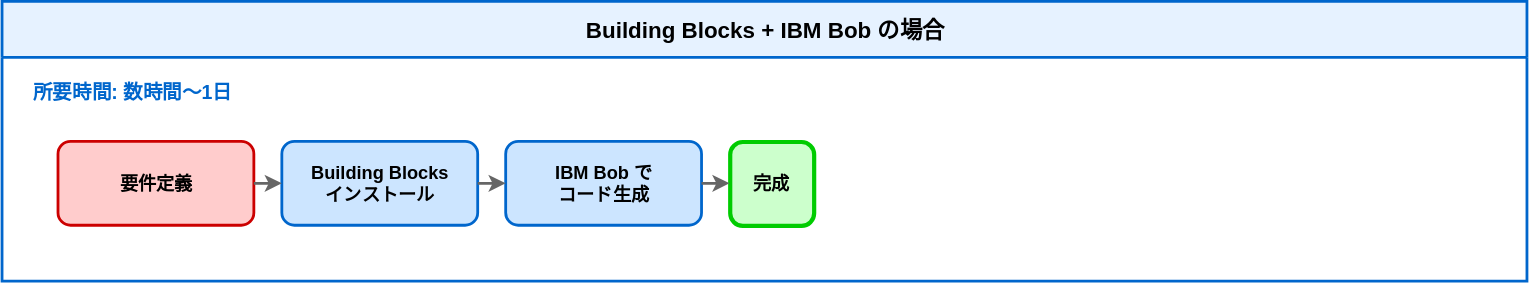
Before: docs/images/with-building-blocks.svg, a diagram exported from draw.io (mukoubuchi/vector-search-hands-on). Source tidied: cells renumbered, new cells last; positions are measured from the earlier drawing's top-left corner, leaving out a move shared by most shapes. Source of this version:
```xml
<mxGraphModel>
  <root>
    <mxCell id="0" />
    <mxCell id="1" parent="0" />
    <mxCell id="2" value="&lt;b&gt;Building Blocks + IBM Bob の場合&lt;/b&gt;" style="swimlane;startSize=40;fillColor=#e6f2ff;strokeColor=#0066cc;html=1;fontSize=16;fontStyle=1;strokeWidth=2;" parent="1" vertex="1">
      <mxGeometry width="1090" height="200" as="geometry" />
    </mxCell>
    <mxCell id="3" value="&lt;b&gt;所要時間: 数時間〜1日&lt;/b&gt;" style="text;html=1;strokeColor=none;fillColor=none;align=left;verticalAlign=middle;whiteSpace=wrap;rounded=0;fontSize=14;fontColor=#0066cc;fontStyle=1;" parent="2" vertex="1">
      <mxGeometry x="20" y="50" width="300" height="30" as="geometry" />
    </mxCell>
    <mxCell id="4" value="&lt;b&gt;要件定義&lt;/b&gt;" style="rounded=1;whiteSpace=wrap;html=1;fillColor=#ffcccc;strokeColor=#cc0000;strokeWidth=2;fontSize=13;" parent="2" vertex="1">
      <mxGeometry x="40" y="100" width="140" height="60" as="geometry" />
    </mxCell>
    <mxCell id="5" value="&lt;b&gt;Building Blocks&lt;br&gt;インストール&lt;/b&gt;" style="rounded=1;whiteSpace=wrap;html=1;fillColor=#cce5ff;strokeColor=#0066cc;strokeWidth=2;fontSize=13;" parent="2" vertex="1">
      <mxGeometry x="200" y="100" width="140" height="60" as="geometry" />
    </mxCell>
    <mxCell id="6" value="&lt;b&gt;IBM Bob で&lt;br&gt;コード生成&lt;/b&gt;" style="rounded=1;whiteSpace=wrap;html=1;fillColor=#cce5ff;strokeColor=#0066cc;strokeWidth=2;fontSize=13;" parent="2" vertex="1">
      <mxGeometry x="360" y="100" width="140" height="60" as="geometry" />
    </mxCell>
    <mxCell id="7" value="&lt;b&gt;完成&lt;/b&gt;" style="rounded=1;whiteSpace=wrap;html=1;fillColor=#ccffcc;strokeColor=#00cc00;strokeWidth=3;fontSize=13;fontStyle=1;" parent="2" vertex="1">
      <mxGeometry x="520" y="100" width="60" height="60" as="geometry" />
    </mxCell>
    <mxCell id="8" style="edgeStyle=orthogonalEdgeStyle;rounded=1;jettySize=auto;html=1;strokeWidth=2;strokeColor=#666666;" parent="2" edge="1" source="4" target="5">
      <mxGeometry relative="1" as="geometry" />
    </mxCell>
    <mxCell id="9" style="edgeStyle=orthogonalEdgeStyle;rounded=1;jettySize=auto;html=1;strokeWidth=2;strokeColor=#666666;" parent="2" edge="1" source="5" target="6">
      <mxGeometry relative="1" as="geometry" />
    </mxCell>
    <mxCell id="10" style="edgeStyle=orthogonalEdgeStyle;rounded=1;jettySize=auto;html=1;strokeWidth=2;strokeColor=#666666;" parent="2" edge="1" source="6" target="7">
      <mxGeometry relative="1" as="geometry" />
    </mxCell>
  </root>
</mxGraphModel>
```
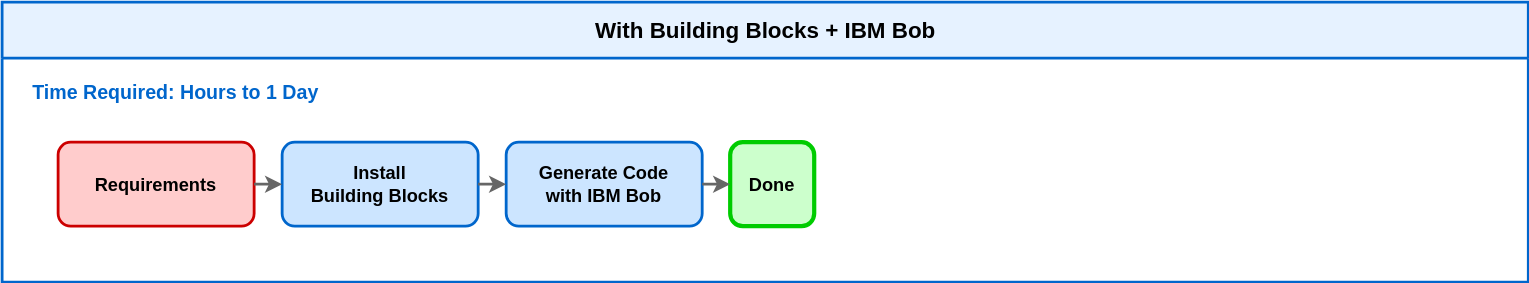
Later version of the same file.

Diff of the diagram source:
```diff
@@ -2,22 +2,22 @@
   <root>
     <mxCell id="0" />
     <mxCell id="1" parent="0" />
-    <mxCell id="2" value="&lt;b&gt;Building Blocks + IBM Bob の場合&lt;/b&gt;" style="swimlane;startSize=40;fillColor=#e6f2ff;strokeColor=#0066cc;html=1;fontSize=16;fontStyle=1;strokeWidth=2;" parent="1" vertex="1">
+    <mxCell id="2" value="With Building Blocks + IBM Bob" style="swimlane;startSize=40;fillColor=#e6f2ff;strokeColor=#0066cc;html=1;fontSize=16;fontStyle=1;strokeWidth=2;" parent="1" vertex="1">
       <mxGeometry width="1090" height="200" as="geometry" />
     </mxCell>
-    <mxCell id="3" value="&lt;b&gt;所要時間: 数時間〜1日&lt;/b&gt;" style="text;html=1;strokeColor=none;fillColor=none;align=left;verticalAlign=middle;whiteSpace=wrap;rounded=0;fontSize=14;fontColor=#0066cc;fontStyle=1;" parent="2" vertex="1">
+    <mxCell id="3" value="Time Required: Hours to 1 Day" style="text;html=1;strokeColor=none;fillColor=none;align=left;verticalAlign=middle;whiteSpace=wrap;rounded=0;fontSize=14;fontColor=#0066cc;fontStyle=1;" parent="2" vertex="1">
       <mxGeometry x="20" y="50" width="300" height="30" as="geometry" />
     </mxCell>
-    <mxCell id="4" value="&lt;b&gt;要件定義&lt;/b&gt;" style="rounded=1;whiteSpace=wrap;html=1;fillColor=#ffcccc;strokeColor=#cc0000;strokeWidth=2;fontSize=13;" parent="2" vertex="1">
+    <mxCell id="4" value="Requirements" style="rounded=1;whiteSpace=wrap;html=1;fillColor=#ffcccc;strokeColor=#cc0000;strokeWidth=2;fontSize=13;fontStyle=1;" parent="2" vertex="1">
       <mxGeometry x="40" y="100" width="140" height="60" as="geometry" />
     </mxCell>
-    <mxCell id="5" value="&lt;b&gt;Building Blocks&lt;br&gt;インストール&lt;/b&gt;" style="rounded=1;whiteSpace=wrap;html=1;fillColor=#cce5ff;strokeColor=#0066cc;strokeWidth=2;fontSize=13;" parent="2" vertex="1">
+    <mxCell id="5" value="Install&#10;Building Blocks" style="rounded=1;whiteSpace=wrap;html=1;fillColor=#cce5ff;strokeColor=#0066cc;strokeWidth=2;fontSize=13;fontStyle=1;" parent="2" vertex="1">
       <mxGeometry x="200" y="100" width="140" height="60" as="geometry" />
     </mxCell>
-    <mxCell id="6" value="&lt;b&gt;IBM Bob で&lt;br&gt;コード生成&lt;/b&gt;" style="rounded=1;whiteSpace=wrap;html=1;fillColor=#cce5ff;strokeColor=#0066cc;strokeWidth=2;fontSize=13;" parent="2" vertex="1">
+    <mxCell id="6" value="Generate Code&#10;with IBM Bob" style="rounded=1;whiteSpace=wrap;html=1;fillColor=#cce5ff;strokeColor=#0066cc;strokeWidth=2;fontSize=13;fontStyle=1;" parent="2" vertex="1">
       <mxGeometry x="360" y="100" width="140" height="60" as="geometry" />
     </mxCell>
-    <mxCell id="7" value="&lt;b&gt;完成&lt;/b&gt;" style="rounded=1;whiteSpace=wrap;html=1;fillColor=#ccffcc;strokeColor=#00cc00;strokeWidth=3;fontSize=13;fontStyle=1;" parent="2" vertex="1">
+    <mxCell id="7" value="Done" style="rounded=1;whiteSpace=wrap;html=1;fillColor=#ccffcc;strokeColor=#00cc00;strokeWidth=3;fontSize=13;fontStyle=1;" parent="2" vertex="1">
       <mxGeometry x="520" y="100" width="60" height="60" as="geometry" />
     </mxCell>
     <mxCell id="8" style="edgeStyle=orthogonalEdgeStyle;rounded=1;jettySize=auto;html=1;strokeWidth=2;strokeColor=#666666;" parent="2" edge="1" source="4" target="5">
```
